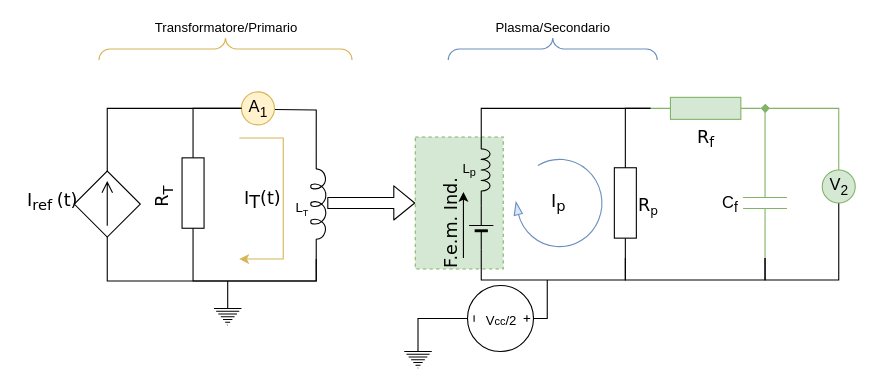
Alfystar/fusionLab keeps this draw.io diagram as page "MisureCircuitOffset-Current" (7 of 8) of TesiMagistraleEma/Pictures/Trasformatore/PlasmaCircuit.drawio. Above is the earlier version. Source tidied: cells renumbered, new cells numbered last; positions are measured from the earlier drawing's top-left corner, leaving out a move shared by most shapes. Both pictures are drawn from the tidied source at 110%, with x=0, y=0 at pixel (74, 37).
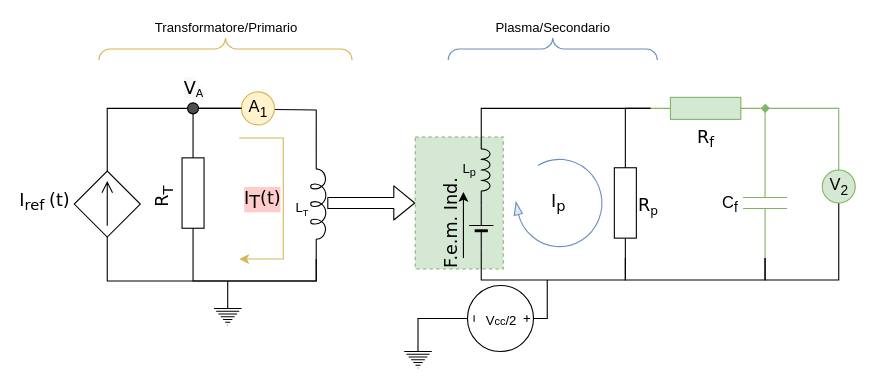
The same diagram, later.

The change refers to these unchanged cells:
```xml
<mxCell id="42" style="endArrow=classic;html=1;rounded=0;fontFamily=Verdana;fontSize=16;edgeStyle=orthogonalEdgeStyle;fillColor=#fff2cc;strokeColor=#d6b656;" parent="1" edge="1">
  <mxGeometry relative="1" as="geometry">
    <mxPoint x="150" y="91" as="sourcePoint" />
    <mxPoint x="150" y="201" as="targetPoint" />
    <Array as="points">
      <mxPoint x="190" y="91" />
      <mxPoint x="190" y="201" />
    </Array>
  </mxGeometry>
</mxCell>
```

The edit, as a diff of the source:
```diff
@@
-    <mxCell id="37" value="I&lt;sub&gt;ref&amp;nbsp;&lt;/sub&gt;(t)" style="verticalLabelPosition=bottom;shadow=0;dashed=0;align=center;html=1;verticalAlign=top;shape=mxgraph.electrical.signal_sources.source;points=[[0.5,0,0],[1,0.5,0],[0.5,1,0],[0,0.5,0]];elSignalType=dc2;elSourceType=dependent;direction=west;horizontal=1;spacingLeft=-100;spacingBottom=0;spacingTop=-50;fontSize=16;fontFamily=Verdana;" parent="1" vertex="1">
+    <mxCell id="37" value="I&lt;sub&gt;ref&amp;nbsp;&lt;/sub&gt;(t)" style="verticalLabelPosition=bottom;shadow=0;dashed=0;align=center;html=1;verticalAlign=top;shape=mxgraph.electrical.signal_sources.source;points=[[0.5,0,0],[1,0.5,0],[0.5,1,0],[0,0.5,0]];elSignalType=dc2;elSourceType=dependent;direction=west;horizontal=1;spacingLeft=-115;spacingBottom=0;spacingTop=-50;fontSize=16;fontFamily=Verdana;" parent="1" vertex="1">
       <mxGeometry y="121" width="60" height="60" as="geometry" />
     </mxCell>
@@
-    <mxCell id="43" value="&lt;span style=&quot;color: rgb(0 , 0 , 0) ; font-family: &amp;#34;verdana&amp;#34; ; font-size: 16px ; font-style: normal ; font-weight: 400 ; letter-spacing: normal ; text-align: center ; text-indent: 0px ; text-transform: none ; word-spacing: 0px ; background-color: rgb(255 , 255 , 255) ; display: inline ; float: none&quot;&gt;I&lt;/span&gt;&lt;font style=&quot;color: rgb(0 , 0 , 0) ; font-family: &amp;#34;verdana&amp;#34; ; font-size: 16px ; font-style: normal ; font-weight: 400 ; letter-spacing: normal ; text-align: center ; text-indent: 0px ; text-transform: none ; word-spacing: 0px&quot;&gt;&lt;sub style=&quot;font-size: 16px&quot;&gt;T&lt;/sub&gt;&lt;/font&gt;&lt;span style=&quot;font-family: &amp;#34;verdana&amp;#34;&quot;&gt;(t)&lt;/span&gt;" style="edgeLabel;html=1;align=center;verticalAlign=middle;fontFamily=Verdana;fontSize=16;" parent="42" vertex="1">
+    <mxCell id="43" value="&lt;span style=&quot;font-family: verdana; font-size: 16px; font-style: normal; font-weight: 400; letter-spacing: normal; text-align: center; text-indent: 0px; text-transform: none; word-spacing: 0px; display: inline; float: none;&quot;&gt;I&lt;/span&gt;&lt;font style=&quot;font-family: verdana; font-size: 16px; font-style: normal; font-weight: 400; letter-spacing: normal; text-align: center; text-indent: 0px; text-transform: none; word-spacing: 0px;&quot;&gt;&lt;sub style=&quot;font-size: 16px&quot;&gt;T&lt;/sub&gt;&lt;/font&gt;&lt;span style=&quot;font-family: &amp;quot;verdana&amp;quot;&quot;&gt;(t)&lt;/span&gt;" style="edgeLabel;html=1;align=center;verticalAlign=middle;fontFamily=Verdana;fontSize=16;fontColor=#000000;labelBackgroundColor=#FFCCCC;" parent="42" vertex="1">
       <mxGeometry relative="1" as="geometry">
         <mxPoint x="-20" as="offset" />
       </mxGeometry>
     </mxCell>
@@
+    <mxCell id="45" style="group;" parent="1" vertex="1">
+      <mxGeometry x="98" y="29" width="20" height="40" as="geometry" />
+    </mxCell>
+    <mxCell id="46" style="ellipse;whiteSpace=wrap;html=1;fillColor=#4D4D4D;" parent="45" vertex="1">
+      <mxGeometry x="5" y="30" width="10" height="10" as="geometry" />
+    </mxCell>
+    <mxCell id="47" value="&lt;span style=&quot;color: rgb(0, 0, 0); font-family: verdana; font-size: 16px; font-style: normal; font-weight: 400; letter-spacing: normal; text-align: left; text-indent: 0px; text-transform: none; word-spacing: 0px; background-color: rgb(248, 249, 250); display: inline; float: none;&quot;&gt;V&lt;/span&gt;&lt;sub style=&quot;color: rgb(0, 0, 0); font-family: verdana; font-style: normal; font-weight: 400; letter-spacing: normal; text-align: left; text-indent: 0px; text-transform: none; word-spacing: 0px; background-color: rgb(248, 249, 250);&quot;&gt;A&lt;/sub&gt;" style="text;whiteSpace=wrap;html=1;" parent="45" vertex="1">
+      <mxGeometry width="20" height="20" as="geometry" />
+    </mxCell>
```
